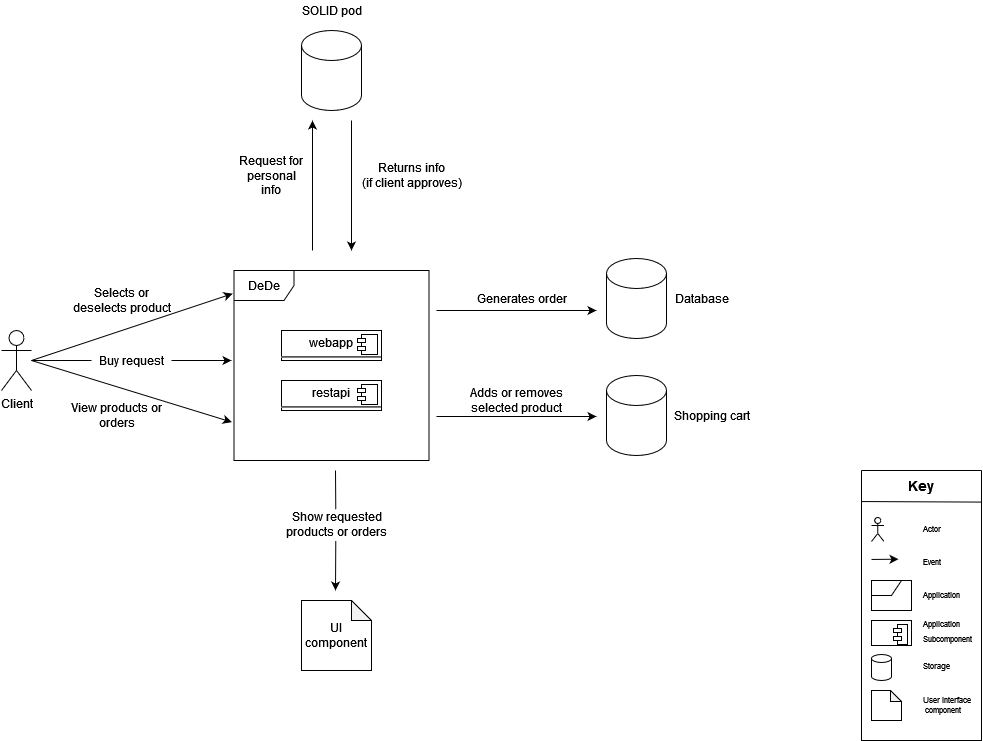
Arquisoft/dede_es5a keeps this draw.io diagram as docs/images/business_context_diagram.png. Above is the earlier version. Source tidied: cells renumbered, new cells last; positions are measured from the earlier drawing's top-left corner, leaving out a move shared by most shapes.
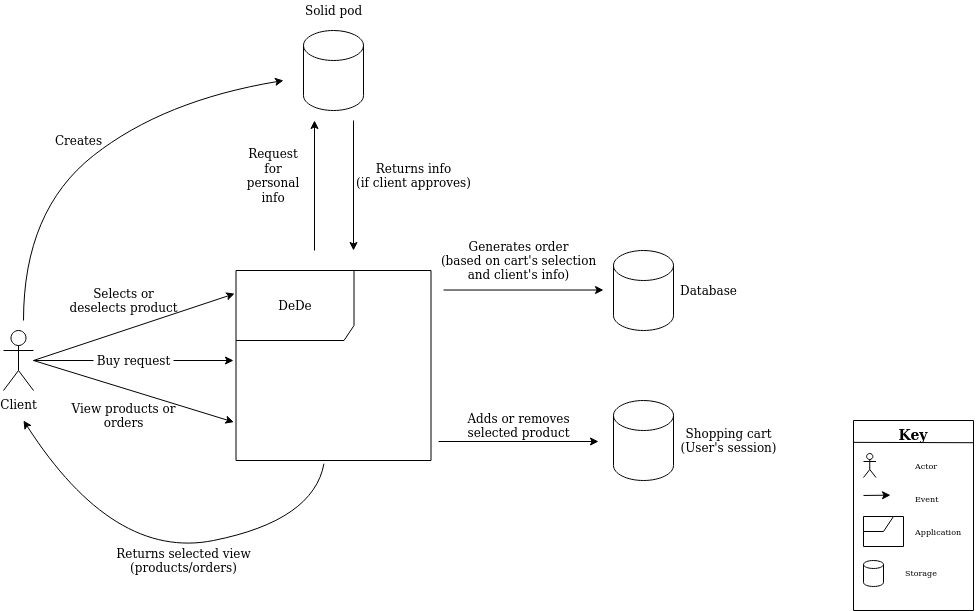
Later version of the same file.

Commit message:
Revisión contexto de negocio

Change to the diagram source:
```diff
@@ -2,143 +2,94 @@
   <root>
     <mxCell id="0" />
     <mxCell id="1" parent="0" />
-    <mxCell id="2" value="DeDe" style="shape=umlFrame;whiteSpace=wrap;html=1;" parent="1" vertex="1">
+    <mxCell id="2" value="DeDe" style="shape=umlFrame;whiteSpace=wrap;html=1;width=118;height=70;" parent="1" vertex="1">
       <mxGeometry x="232.5" y="270" width="195" height="190" as="geometry" />
     </mxCell>
-    <mxCell id="3" value="&lt;p style=&quot;margin: 0px ; margin-top: 6px ; text-align: center&quot;&gt;webapp&lt;br&gt;&lt;/p&gt;&lt;hr&gt;" style="align=left;overflow=fill;html=1;" parent="1" vertex="1">
-      <mxGeometry x="280" y="330" width="100" height="30" as="geometry" />
-    </mxCell>
-    <mxCell id="4" style="shape=component;jettyWidth=8;jettyHeight=4;" parent="3" vertex="1">
-      <mxGeometry x="1" width="20" height="20" relative="1" as="geometry">
-        <mxPoint x="-24" y="4" as="offset" />
-      </mxGeometry>
-    </mxCell>
-    <mxCell id="5" value="&lt;p style=&quot;margin: 0px ; margin-top: 6px ; text-align: center&quot;&gt;restapi&lt;br&gt;&lt;/p&gt;&lt;hr&gt;" style="align=left;overflow=fill;html=1;" parent="1" vertex="1">
-      <mxGeometry x="280" y="380" width="100" height="30" as="geometry" />
-    </mxCell>
-    <mxCell id="6" style="shape=component;jettyWidth=8;jettyHeight=4;" parent="5" vertex="1">
-      <mxGeometry x="1" width="20" height="20" relative="1" as="geometry">
-        <mxPoint x="-24" y="4" as="offset" />
-      </mxGeometry>
-    </mxCell>
     <mxCell id="7" value="Client" style="shape=umlActor;verticalLabelPosition=bottom;verticalAlign=top;html=1;" parent="1" vertex="1">
       <mxGeometry y="330" width="30" height="60" as="geometry" />
     </mxCell>
-    <mxCell id="8" style="endArrow=classic;html=1;rounded=0;startArrow=none;" parent="1" edge="1" source="41">
-      <mxGeometry relative="1" as="geometry">
-        <mxPoint x="230" y="360" as="targetPoint" />
-      </mxGeometry>
-    </mxCell>
-    <mxCell id="9" style="endArrow=classic;html=1;rounded=0;" parent="1" edge="1">
-      <mxGeometry relative="1" as="geometry">
-        <mxPoint x="435" y="310" as="sourcePoint" />
-        <mxPoint x="595" y="310" as="targetPoint" />
-      </mxGeometry>
-    </mxCell>
-    <mxCell id="10" value="&lt;div&gt;Generates order&lt;br&gt;&lt;/div&gt;" style="text;html=1;align=center;verticalAlign=middle;strokeColor=none;fillColor=none;" parent="1" vertex="1">
-      <mxGeometry x="465" y="288" width="110" height="20" as="geometry" />
-    </mxCell>
-    <mxCell id="11" style="swimlane;startSize=0;" parent="1" vertex="1">
-      <mxGeometry x="860" y="470" width="120" height="270" as="geometry" />
-    </mxCell>
-    <mxCell id="12" style="shape=umlActor;verticalLabelPosition=bottom;verticalAlign=top;html=1;" parent="11" vertex="1">
-      <mxGeometry x="10" y="47" width="12.5" height="24" as="geometry" />
-    </mxCell>
+    <mxCell id="49" style="endArrow=classic;html=1;rounded=0;startArrow=none;" parent="1" edge="1" source="41">
+      <mxGeometry relative="1" as="geometry">
+        <mxPoint x="230" y="360" as="targetPoint" />
+      </mxGeometry>
+    </mxCell>
+    <mxCell id="50" style="endArrow=classic;html=1;rounded=0;" parent="1" edge="1">
+      <mxGeometry relative="1" as="geometry">
+        <mxPoint x="440" y="289.5" as="sourcePoint" />
+        <mxPoint x="600" y="289.5" as="targetPoint" />
+      </mxGeometry>
+    </mxCell>
+    <mxCell id="51" value="&lt;div&gt;Generates order&lt;br&gt;&lt;/div&gt;&lt;div&gt;(based on cart's selection&lt;/div&gt;&lt;div&gt;and client's info)&lt;br&gt;&lt;/div&gt;" style="text;html=1;align=center;verticalAlign=middle;strokeColor=none;fillColor=none;" parent="1" vertex="1">
+      <mxGeometry x="430" y="235" width="170" height="50" as="geometry" />
+    </mxCell>
+    <mxCell id="52" style="swimlane;startSize=0;" parent="1" vertex="1">
+      <mxGeometry x="850" y="420" width="120" height="190" as="geometry" />
+    </mxCell>
+    <mxCell id="53" style="shape=umlActor;verticalLabelPosition=bottom;verticalAlign=top;html=1;" parent="52" vertex="1">
+      <mxGeometry x="10" y="33" width="12.5" height="24" as="geometry" />
+    </mxCell>
-    <mxCell id="13" value="Event" style="text;html=1;strokeColor=none;fillColor=none;align=left;verticalAlign=middle;whiteSpace=wrap;rounded=0;fontSize=8;" parent="11" vertex="1">
-      <mxGeometry x="60" y="77" width="60" height="30" as="geometry" />
+    <mxCell id="13" value="Event" style="text;html=1;strokeColor=none;fillColor=none;align=left;verticalAlign=middle;whiteSpace=wrap;rounded=0;fontSize=8;" parent="52" vertex="1">
+      <mxGeometry x="60" y="63" width="60" height="30" as="geometry" />
     </mxCell>
-    <mxCell id="14" value="&lt;font style=&quot;font-size: 14px&quot;&gt;&lt;b&gt;Key&lt;/b&gt;&lt;/font&gt;" style="text;html=1;strokeColor=none;fillColor=none;align=center;verticalAlign=middle;whiteSpace=wrap;rounded=0;" parent="11" vertex="1">
+    <mxCell id="14" value="&lt;font style=&quot;font-size: 14px&quot;&gt;&lt;b&gt;Key&lt;/b&gt;&lt;/font&gt;" style="text;html=1;strokeColor=none;fillColor=none;align=center;verticalAlign=middle;whiteSpace=wrap;rounded=0;" parent="52" vertex="1">
       <mxGeometry x="30" width="60" height="30" as="geometry" />
     </mxCell>
-    <mxCell id="15" style="endArrow=classic;html=1;rounded=0;" parent="11" edge="1">
-      <mxGeometry relative="1" as="geometry">
-        <mxPoint x="10" y="89" as="sourcePoint" />
-        <mxPoint x="37" y="88.7" as="targetPoint" />
-      </mxGeometry>
-    </mxCell>
-    <mxCell id="16" style="shape=umlFrame;whiteSpace=wrap;html=1;width=30;height=15;" parent="11" vertex="1">
-      <mxGeometry x="10" y="110" width="40" height="30" as="geometry" />
-    </mxCell>
+    <mxCell id="54" style="endArrow=classic;html=1;rounded=0;" parent="52" edge="1">
+      <mxGeometry relative="1" as="geometry">
+        <mxPoint x="10" y="75" as="sourcePoint" />
+        <mxPoint x="37" y="74.7" as="targetPoint" />
+      </mxGeometry>
+    </mxCell>
+    <mxCell id="55" style="shape=umlFrame;whiteSpace=wrap;html=1;width=30;height=15;" parent="52" vertex="1">
+      <mxGeometry x="10" y="96" width="40" height="30" as="geometry" />
+    </mxCell>
-    <mxCell id="17" value="Actor" style="text;html=1;strokeColor=none;fillColor=none;align=left;verticalAlign=middle;whiteSpace=wrap;rounded=0;fontSize=8;" parent="11" vertex="1">
-      <mxGeometry x="60" y="44" width="60" height="30" as="geometry" />
+    <mxCell id="17" value="Actor" style="text;html=1;strokeColor=none;fillColor=none;align=left;verticalAlign=middle;whiteSpace=wrap;rounded=0;fontSize=8;" parent="52" vertex="1">
+      <mxGeometry x="60" y="30" width="60" height="30" as="geometry" />
     </mxCell>
-    <mxCell id="18" value="Application" style="text;html=1;strokeColor=none;fillColor=none;align=left;verticalAlign=middle;whiteSpace=wrap;rounded=0;fontSize=8;" parent="11" vertex="1">
-      <mxGeometry x="60" y="110" width="60" height="30" as="geometry" />
+    <mxCell id="18" value="Application" style="text;html=1;strokeColor=none;fillColor=none;align=left;verticalAlign=middle;whiteSpace=wrap;rounded=0;fontSize=8;" parent="52" vertex="1">
+      <mxGeometry x="60" y="96" width="60" height="30" as="geometry" />
     </mxCell>
-    <mxCell id="19" value="&lt;p style=&quot;margin: 0px ; margin-top: 6px ; text-align: center&quot;&gt;&lt;br&gt;&lt;/p&gt;&lt;hr&gt;" style="align=left;overflow=fill;html=1;" parent="11" vertex="1">
-      <mxGeometry x="10" y="150" width="40" height="25" as="geometry" />
-    </mxCell>
-    <mxCell id="20" style="shape=component;jettyWidth=8;jettyHeight=4;" parent="19" vertex="1">
-      <mxGeometry x="1" width="14" height="20" relative="1" as="geometry">
-        <mxPoint x="-18" y="4" as="offset" />
-      </mxGeometry>
-    </mxCell>
-    <mxCell id="21" value="&lt;font style=&quot;font-size: 8px&quot;&gt;Application Subcomponent&lt;/font&gt;" style="text;html=1;strokeColor=none;fillColor=none;align=left;verticalAlign=middle;whiteSpace=wrap;rounded=0;" parent="11" vertex="1">
-      <mxGeometry x="60" y="145" width="60" height="30" as="geometry" />
-    </mxCell>
-    <mxCell id="22" value="Storage" style="text;html=1;strokeColor=none;fillColor=none;align=left;verticalAlign=middle;whiteSpace=wrap;rounded=0;fontSize=8;" parent="11" vertex="1">
-      <mxGeometry x="60" y="181" width="60" height="30" as="geometry" />
+    <mxCell id="22" value="Storage" style="text;html=1;strokeColor=none;fillColor=none;align=left;verticalAlign=middle;whiteSpace=wrap;rounded=0;fontSize=8;" parent="52" vertex="1">
+      <mxGeometry x="50" y="137" width="60" height="30" as="geometry" />
     </mxCell>
-    <mxCell id="23" style="shape=cylinder3;whiteSpace=wrap;html=1;boundedLbl=1;backgroundOutline=1;size=4;" parent="11" vertex="1">
-      <mxGeometry x="10" y="184" width="20" height="26" as="geometry" />
-    </mxCell>
-    <mxCell id="24" style="shape=note;whiteSpace=wrap;html=1;backgroundOutline=1;darkOpacity=0.05;size=11;" parent="11" vertex="1">
-      <mxGeometry x="10" y="220" width="30" height="30" as="geometry" />
-    </mxCell>
-    <mxCell id="25" value="&lt;div&gt;User Interface&lt;/div&gt;&amp;nbsp;component" style="text;html=1;strokeColor=none;fillColor=none;align=left;verticalAlign=middle;whiteSpace=wrap;rounded=0;fontSize=8;" parent="11" vertex="1">
-      <mxGeometry x="60" y="220" width="60" height="30" as="geometry" />
-    </mxCell>
-    <mxCell id="26" style="endArrow=none;html=1;rounded=0;entryX=1.001;entryY=0.117;entryDx=0;entryDy=0;entryPerimeter=0;exitX=0;exitY=0.115;exitDx=0;exitDy=0;exitPerimeter=0;" parent="1" edge="1" source="11" target="11">
-      <mxGeometry relative="1" as="geometry" />
-    </mxCell>
-    <mxCell id="27" style="shape=cylinder3;whiteSpace=wrap;html=1;boundedLbl=1;backgroundOutline=1;size=15;" parent="1" vertex="1">
-      <mxGeometry x="605" y="258" width="60" height="80" as="geometry" />
-    </mxCell>
+    <mxCell id="56" style="shape=cylinder3;whiteSpace=wrap;html=1;boundedLbl=1;backgroundOutline=1;size=4;" parent="52" vertex="1">
+      <mxGeometry x="10" y="140" width="20" height="26" as="geometry" />
+    </mxCell>
+    <mxCell id="57" style="endArrow=none;html=1;rounded=0;entryX=1.001;entryY=0.117;entryDx=0;entryDy=0;entryPerimeter=0;exitX=0;exitY=0.115;exitDx=0;exitDy=0;exitPerimeter=0;" parent="1" edge="1" source="52" target="52">
+      <mxGeometry relative="1" as="geometry" />
+    </mxCell>
+    <mxCell id="58" style="shape=cylinder3;whiteSpace=wrap;html=1;boundedLbl=1;backgroundOutline=1;size=15;" parent="1" vertex="1">
+      <mxGeometry x="610" y="250" width="60" height="80" as="geometry" />
+    </mxCell>
     <mxCell id="28" value="Database" style="text;html=1;align=center;verticalAlign=middle;strokeColor=none;fillColor=none;" parent="1" vertex="1">
-      <mxGeometry x="665" y="288" width="70" height="20" as="geometry" />
+      <mxGeometry x="670" y="280" width="70" height="20" as="geometry" />
     </mxCell>
-    <mxCell id="29" style="endArrow=classic;html=1;rounded=0;entryX=-0.011;entryY=0.798;entryDx=0;entryDy=0;entryPerimeter=0;" parent="1" edge="1" target="2">
-      <mxGeometry relative="1" as="geometry">
-        <mxPoint x="30" y="360" as="sourcePoint" />
-      </mxGeometry>
-    </mxCell>
+    <mxCell id="59" style="endArrow=classic;html=1;rounded=0;entryX=-0.011;entryY=0.798;entryDx=0;entryDy=0;entryPerimeter=0;" parent="1" edge="1" target="2">
+      <mxGeometry relative="1" as="geometry">
+        <mxPoint x="30" y="360" as="sourcePoint" />
+      </mxGeometry>
+    </mxCell>
     <mxCell id="30" value="&lt;div&gt;View products or &lt;br&gt;&lt;/div&gt;&lt;div&gt;orders&lt;/div&gt;" style="text;html=1;align=center;verticalAlign=middle;strokeColor=none;fillColor=none;" parent="1" vertex="1">
-      <mxGeometry x="60" y="400" width="110" height="30" as="geometry" />
+      <mxGeometry x="65" y="400" width="110" height="30" as="geometry" />
     </mxCell>
-    <mxCell id="31" style="endArrow=classic;html=1;rounded=0;exitX=0.494;exitY=1.04;exitDx=0;exitDy=0;exitPerimeter=0;startArrow=none;" parent="1" edge="1" source="33">
-      <mxGeometry relative="1" as="geometry">
-        <mxPoint x="334" y="590" as="targetPoint" />
-      </mxGeometry>
-    </mxCell>
-    <mxCell id="32" value="UI component" style="shape=note;whiteSpace=wrap;html=1;backgroundOutline=1;darkOpacity=0.05;size=20;" parent="1" vertex="1">
-      <mxGeometry x="300" y="600" width="70" height="70" as="geometry" />
-    </mxCell>
-    <mxCell id="33" value="&lt;div&gt;Show requested&lt;/div&gt;&lt;div&gt;products or orders&lt;br&gt;&lt;/div&gt;" style="text;html=1;align=center;verticalAlign=middle;points=[];strokeColor=none;fillColor=none;" parent="1" vertex="1">
-      <mxGeometry x="275" y="509" width="120" height="30" as="geometry" />
-    </mxCell>
-    <mxCell id="34" style="endArrow=none;html=1;rounded=0;entryX=0.494;entryY=0;entryDx=0;entryDy=0;entryPerimeter=0;" parent="1" edge="1" target="33">
-      <mxGeometry relative="1" as="geometry">
-        <mxPoint x="334" y="470" as="sourcePoint" />
-      </mxGeometry>
-    </mxCell>
-    <mxCell id="35" style="shape=cylinder3;whiteSpace=wrap;html=1;boundedLbl=1;backgroundOutline=1;size=15;" parent="1" vertex="1">
-      <mxGeometry x="300" y="30" width="60" height="80" as="geometry" />
-    </mxCell>
-    <mxCell id="36" style="endArrow=classic;html=1;rounded=0;" parent="1" edge="1">
-      <mxGeometry relative="1" as="geometry">
-        <mxPoint x="311" y="250" as="sourcePoint" />
-        <mxPoint x="311" y="120" as="targetPoint" />
-      </mxGeometry>
-    </mxCell>
-    <mxCell id="37" style="endArrow=classic;html=1;rounded=0;" parent="1" edge="1">
-      <mxGeometry relative="1" as="geometry">
-        <mxPoint x="350" y="120" as="sourcePoint" />
-        <mxPoint x="350" y="250" as="targetPoint" />
-      </mxGeometry>
-    </mxCell>
-    <mxCell id="38" value="SOLID pod" style="text;html=1;align=center;verticalAlign=middle;strokeColor=none;fillColor=none;" parent="1" vertex="1">
-      <mxGeometry x="290" width="80" height="20" as="geometry" />
-    </mxCell>
+    <mxCell id="60" style="shape=cylinder3;whiteSpace=wrap;html=1;boundedLbl=1;backgroundOutline=1;size=15;" parent="1" vertex="1">
+      <mxGeometry x="300" y="30" width="60" height="80" as="geometry" />
+    </mxCell>
+    <mxCell id="61" style="endArrow=classic;html=1;rounded=0;" parent="1" edge="1">
+      <mxGeometry relative="1" as="geometry">
+        <mxPoint x="311" y="250" as="sourcePoint" />
+        <mxPoint x="311" y="120" as="targetPoint" />
+      </mxGeometry>
+    </mxCell>
+    <mxCell id="62" style="endArrow=classic;html=1;rounded=0;" parent="1" edge="1">
+      <mxGeometry relative="1" as="geometry">
+        <mxPoint x="350" y="120" as="sourcePoint" />
+        <mxPoint x="350" y="250" as="targetPoint" />
+      </mxGeometry>
+    </mxCell>
+    <mxCell id="63" value="Solid pod" style="text;html=1;align=center;verticalAlign=middle;strokeColor=none;fillColor=none;" parent="1" vertex="1">
+      <mxGeometry x="295" width="70" height="20" as="geometry" />
+    </mxCell>
     <mxCell id="39" value="Request for personal info" style="text;html=1;strokeColor=none;fillColor=none;align=center;verticalAlign=middle;whiteSpace=wrap;rounded=0;" parent="1" vertex="1">
       <mxGeometry x="235" y="160" width="70" height="30" as="geometry" />
     </mxCell>
@@ -151,28 +102,53 @@
     <mxCell id="42" style="endArrow=none;html=1;rounded=0;" parent="1" edge="1" source="7" target="41">
       <mxGeometry relative="1" as="geometry" />
     </mxCell>
-    <mxCell id="43" style="endArrow=classic;html=1;rounded=0;entryX=-0.007;entryY=0.122;entryDx=0;entryDy=0;entryPerimeter=0;" parent="1" edge="1" target="2">
-      <mxGeometry relative="1" as="geometry">
-        <mxPoint x="30" y="360" as="sourcePoint" />
-      </mxGeometry>
-    </mxCell>
+    <mxCell id="64" style="endArrow=classic;html=1;rounded=0;entryX=-0.007;entryY=0.122;entryDx=0;entryDy=0;entryPerimeter=0;" parent="1" edge="1" target="2">
+      <mxGeometry relative="1" as="geometry">
+        <mxPoint x="30" y="360" as="sourcePoint" />
+      </mxGeometry>
+    </mxCell>
     <mxCell id="44" value="&lt;div&gt;Selects or &lt;br&gt;&lt;/div&gt;&lt;div&gt;deselects product&lt;/div&gt;" style="text;html=1;align=center;verticalAlign=middle;strokeColor=none;fillColor=none;" parent="1" vertex="1">
       <mxGeometry x="65" y="285" width="110" height="30" as="geometry" />
     </mxCell>
-    <mxCell id="45" style="endArrow=classic;html=1;rounded=0;" parent="1" edge="1">
-      <mxGeometry relative="1" as="geometry">
-        <mxPoint x="435" y="416" as="sourcePoint" />
-        <mxPoint x="595" y="416" as="targetPoint" />
-      </mxGeometry>
-    </mxCell>
-    <mxCell id="46" style="shape=cylinder3;whiteSpace=wrap;html=1;boundedLbl=1;backgroundOutline=1;size=15;" parent="1" vertex="1">
-      <mxGeometry x="605" y="375" width="60" height="80" as="geometry" />
-    </mxCell>
-    <mxCell id="47" value="Shopping cart" style="text;html=1;align=center;verticalAlign=middle;strokeColor=none;fillColor=none;" parent="1" vertex="1">
-      <mxGeometry x="665" y="405" width="90" height="20" as="geometry" />
-    </mxCell>
+    <mxCell id="65" style="endArrow=classic;html=1;rounded=0;" parent="1" edge="1">
+      <mxGeometry relative="1" as="geometry">
+        <mxPoint x="435" y="441" as="sourcePoint" />
+        <mxPoint x="595" y="441" as="targetPoint" />
+      </mxGeometry>
+    </mxCell>
+    <mxCell id="66" style="shape=cylinder3;whiteSpace=wrap;html=1;boundedLbl=1;backgroundOutline=1;size=15;" parent="1" vertex="1">
+      <mxGeometry x="610" y="400" width="60" height="80" as="geometry" />
+    </mxCell>
+    <mxCell id="67" value="&lt;div&gt;Shopping cart&lt;/div&gt;&lt;div&gt;(User's session)&lt;br&gt;&lt;/div&gt;" style="text;html=1;align=center;verticalAlign=middle;strokeColor=none;fillColor=none;" parent="1" vertex="1">
+      <mxGeometry x="670" y="425" width="110" height="30" as="geometry" />
+    </mxCell>
     <mxCell id="48" value="&lt;div&gt;Adds or removes &lt;br&gt;&lt;/div&gt;&lt;div&gt;selected product&lt;/div&gt;" style="text;html=1;align=center;verticalAlign=middle;strokeColor=none;fillColor=none;" parent="1" vertex="1">
-      <mxGeometry x="460" y="385" width="110" height="30" as="geometry" />
+      <mxGeometry x="460" y="410" width="110" height="30" as="geometry" />
     </mxCell>
+    <mxCell id="68" style="curved=1;endArrow=classic;html=1;rounded=0;exitX=0.451;exitY=1.017;exitDx=0;exitDy=0;exitPerimeter=0;" parent="1" edge="1" source="2">
+      <mxGeometry relative="1" as="geometry">
+        <mxPoint x="20" y="420" as="targetPoint" />
+        <Array as="points">
+          <mxPoint x="310" y="520" />
+          <mxPoint x="110" y="560" />
+        </Array>
+      </mxGeometry>
+    </mxCell>
+    <mxCell id="69" value="&lt;div&gt;Returns selected view&lt;/div&gt;&lt;div&gt;(products/orders)&lt;br&gt;&lt;/div&gt;" style="text;html=1;align=center;verticalAlign=middle;strokeColor=none;fillColor=none;" parent="1" vertex="1">
+      <mxGeometry x="105" y="545" width="150" height="30" as="geometry" />
+    </mxCell>
+    <mxCell id="70" style="curved=1;endArrow=classic;html=1;rounded=0;" parent="1" edge="1">
+      <mxGeometry relative="1" as="geometry">
+        <mxPoint x="20" y="320" as="sourcePoint" />
+        <mxPoint x="280" y="80" as="targetPoint" />
+        <Array as="points">
+          <mxPoint x="20" y="210" />
+          <mxPoint x="160" y="100" />
+        </Array>
+      </mxGeometry>
+    </mxCell>
+    <mxCell id="71" value="Creates" style="text;html=1;align=center;verticalAlign=middle;strokeColor=none;fillColor=none;" parent="1" vertex="1">
+      <mxGeometry x="45" y="130" width="60" height="20" as="geometry" />
+    </mxCell>
   </root>
 </mxGraphModel>
```
